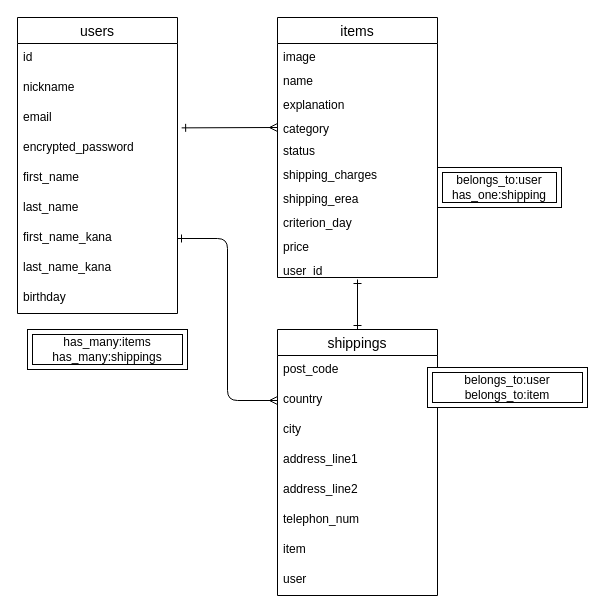
The draw.io diagram config/ER.dio in katsuki0330/furima-36330, before the edit. Source tidied: cells renumbered, new cells numbered last; positions are measured from the earlier drawing's top-left corner, leaving out a move shared by most shapes. Both pictures are drawn from the tidied source at 100%, with x=0, y=0 at pixel (17, 17).
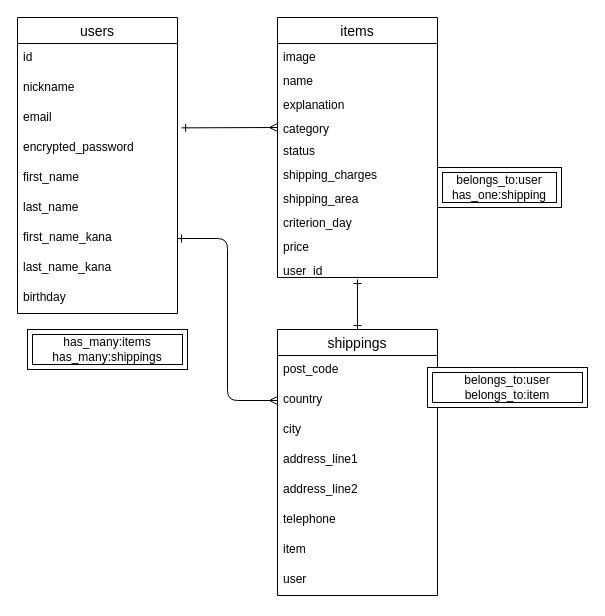
The same diagram, later.

Commit message (it also covers changes not shown here):
カラム名の微修正

The change refers to these unchanged cells:
```xml
<mxCell id="12" value="items" style="swimlane;fontStyle=0;horizontal=1;startSize=26;align=center;fontSize=14;" parent="1" vertex="1">
  <mxGeometry x="260" width="160" height="260" as="geometry" />
</mxCell>
<mxCell id="23" value="shippings" style="swimlane;fontStyle=0;horizontal=1;startSize=26;align=center;fontSize=14;" parent="1" vertex="1">
  <mxGeometry x="260" y="312" width="160" height="266" as="geometry" />
</mxCell>
```

What changed in the source:
```diff
@@
-    <mxCell id="19" value="shipping_erea" style="text;strokeColor=none;fillColor=none;spacingLeft=4;spacingRight=4;overflow=hidden;fontSize=12;" parent="12" vertex="1">
+    <mxCell id="19" value="shipping_area" style="text;strokeColor=none;fillColor=none;spacingLeft=4;spacingRight=4;overflow=hidden;fontSize=12;" parent="12" vertex="1">
       <mxGeometry y="168" width="160" height="24" as="geometry" />
     </mxCell>
@@
-    <mxCell id="29" value="telephon_num" style="text;strokeColor=none;fillColor=none;spacingLeft=4;spacingRight=4;overflow=hidden;fontSize=12;" parent="23" vertex="1">
+    <mxCell id="29" value="telephone" style="text;strokeColor=none;fillColor=none;spacingLeft=4;spacingRight=4;overflow=hidden;fontSize=12;" parent="23" vertex="1">
       <mxGeometry y="176" width="160" height="30" as="geometry" />
     </mxCell>
```
